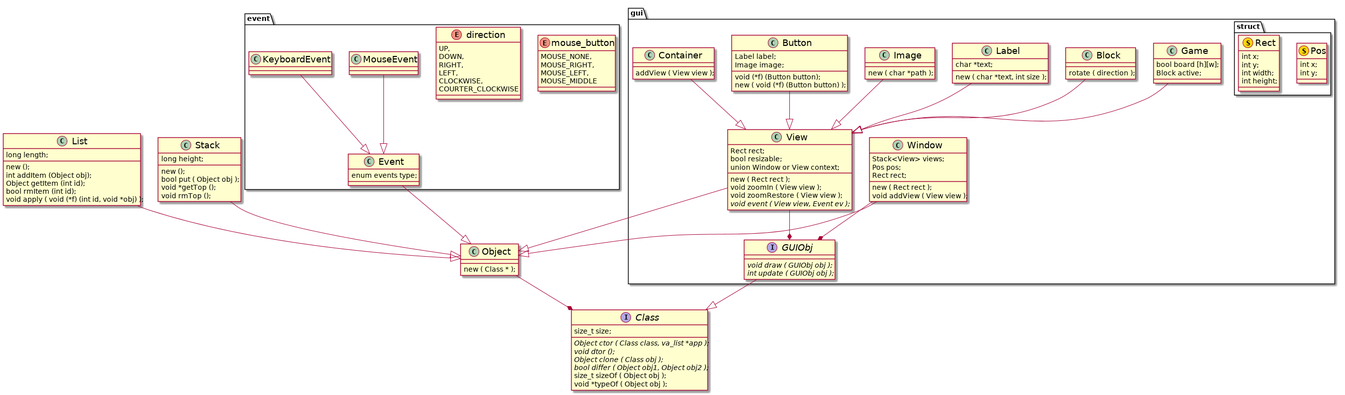
This is docs/classes.png from binary-b/c-tetris, a PlantUML export, as it was before one commit.
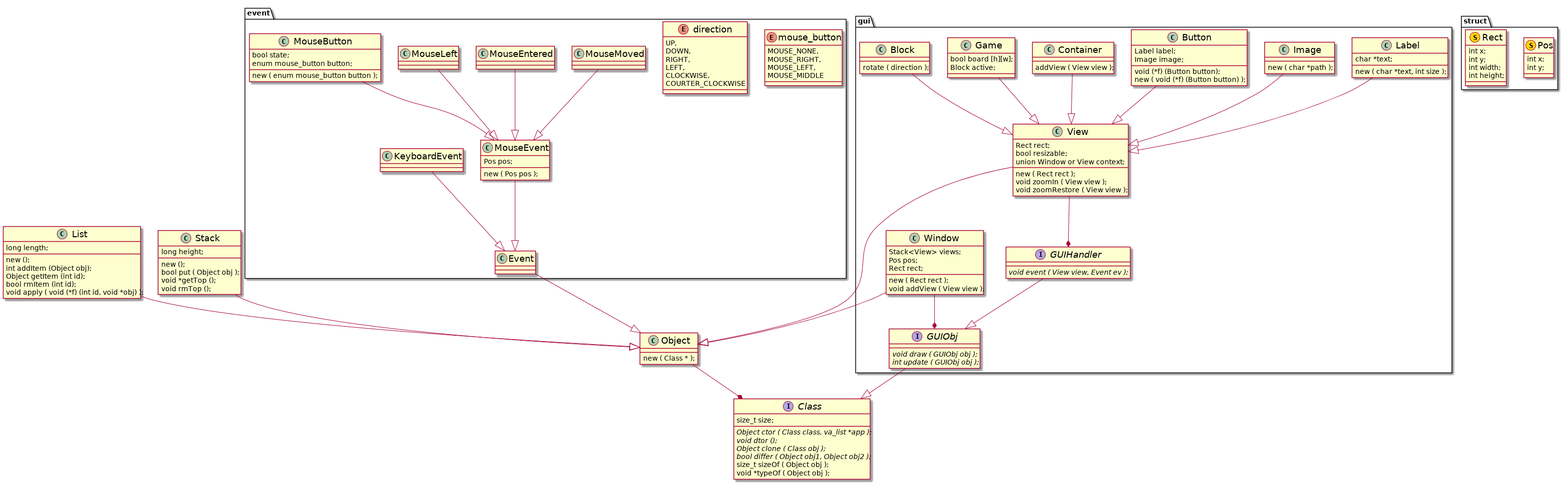
After the commit.

Commit message:
Implement basic Event class

What changed in the source:
```diff
@@ -3,6 +3,19 @@
 skinparam defaultFontName Monospace
 skinparam classFontSize 18
 skinparam defaultFontSize 14
+
+package "struct" {
+	class Pos <<(S,#fcd40a)>> {
+		int x;
+		int y;
+	}
+	class Rect <<(S,#fcd40a)>> {
+		int x;
+		int y;
+		int width;
+		int height;
+	}
+}
 
 interface Class {
 	size_t size;
@@ -49,31 +62,32 @@
 		COURTER_CLOCKWISE
 	}
 	class Event {
-		enum events type;
 	}
 	class MouseEvent {
-
+		Pos pos;
+		new ( Pos pos );
+	}
+	class MouseMoved {
+	}
+	class MouseEntered {
+	}
+	class MouseLeft {
+	}
+	class MouseButton {
+		bool state;
+		enum mouse_button button;
+		new ( enum mouse_button button );
 	}
 	class KeyboardEvent {
 	}
 }
 package gui {
-	package "struct" {
-		class Pos <<(S,#fcd40a)>> {
-			int x;
-			int y;
-		}
-		class Rect <<(S,#fcd40a)>> {
-			int x;
-			int y;
-			int width;
-			int height;
-		}
-	}
-
 	interface GUIObj {
 		{abstract} void draw ( GUIObj obj );
 		{abstract} int update ( GUIObj obj );
+	}
+	interface GUIHandler {
+		{abstract} void event ( View view, Event ev );
 	}
 	class Window {
 		Stack<View> views;
@@ -89,7 +103,6 @@
 		new ( Rect rect );
 		void zoomIn ( View view );
 		void zoomRestore ( View view );
-		{abstract} void event ( View view, Event ev );
 	}
 	class Label {
 		char *text;
@@ -122,14 +135,20 @@
 Stack --|> Object
 
 GUIObj --|> Class
+GUIHandler --|> GUIObj
 
 Event --|> Object
 MouseEvent --|> Event
 KeyboardEvent --|> Event
 
+MouseMoved --|> MouseEvent
+MouseEntered --|> MouseEvent
+MouseLeft --|> MouseEvent
+MouseButton --|> MouseEvent
+
 Window --* GUIObj
 Window --|> Object
-View --* GUIObj
+View --* GUIHandler
 View --|> Object
 
 Game --|> View
```
